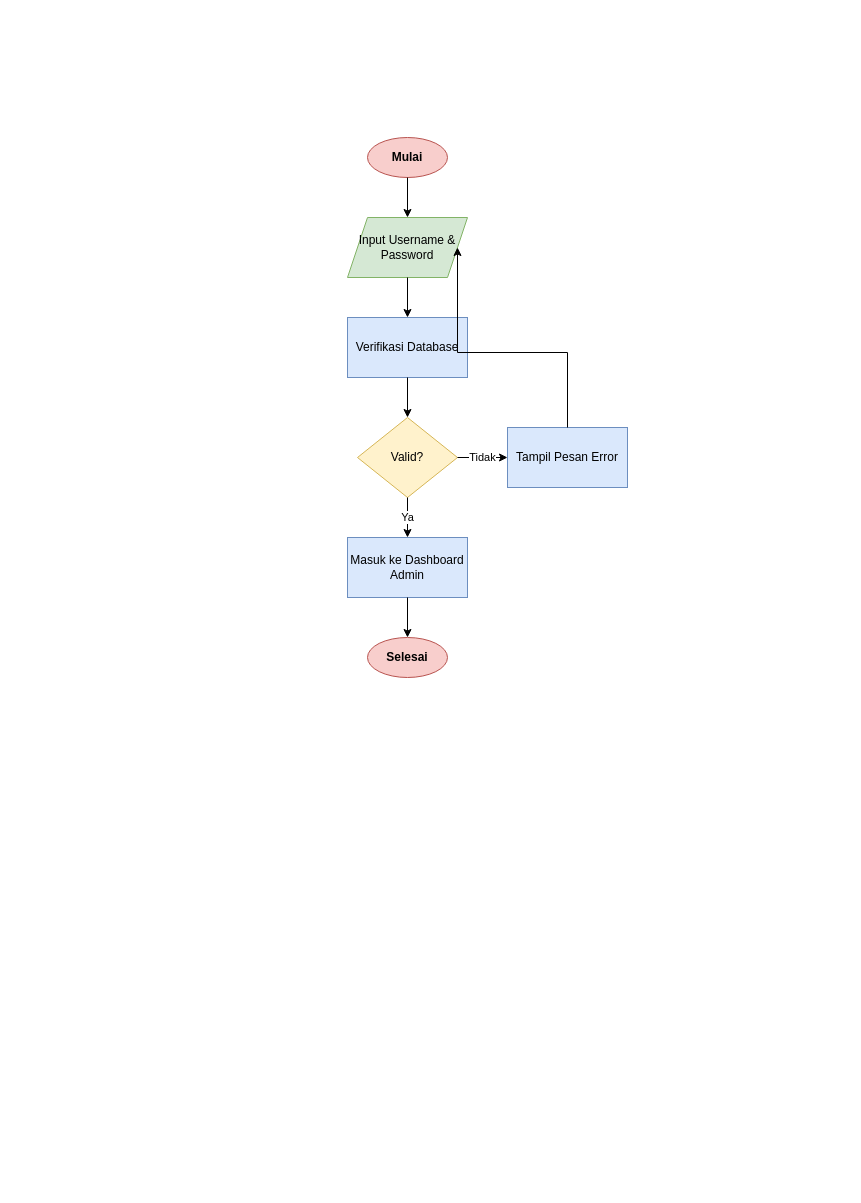
Jinsky/Jinsky keeps this draw.io diagram as diagram/flowchart/admin_login.drawio. Above is the earlier version. Source tidied: cells renumbered, new cells numbered last; positions are measured from the earlier drawing's top-left corner, leaving out a move shared by most shapes. Both pictures are drawn from the tidied source at 100%, with x=0, y=0 at pixel (347, 137).
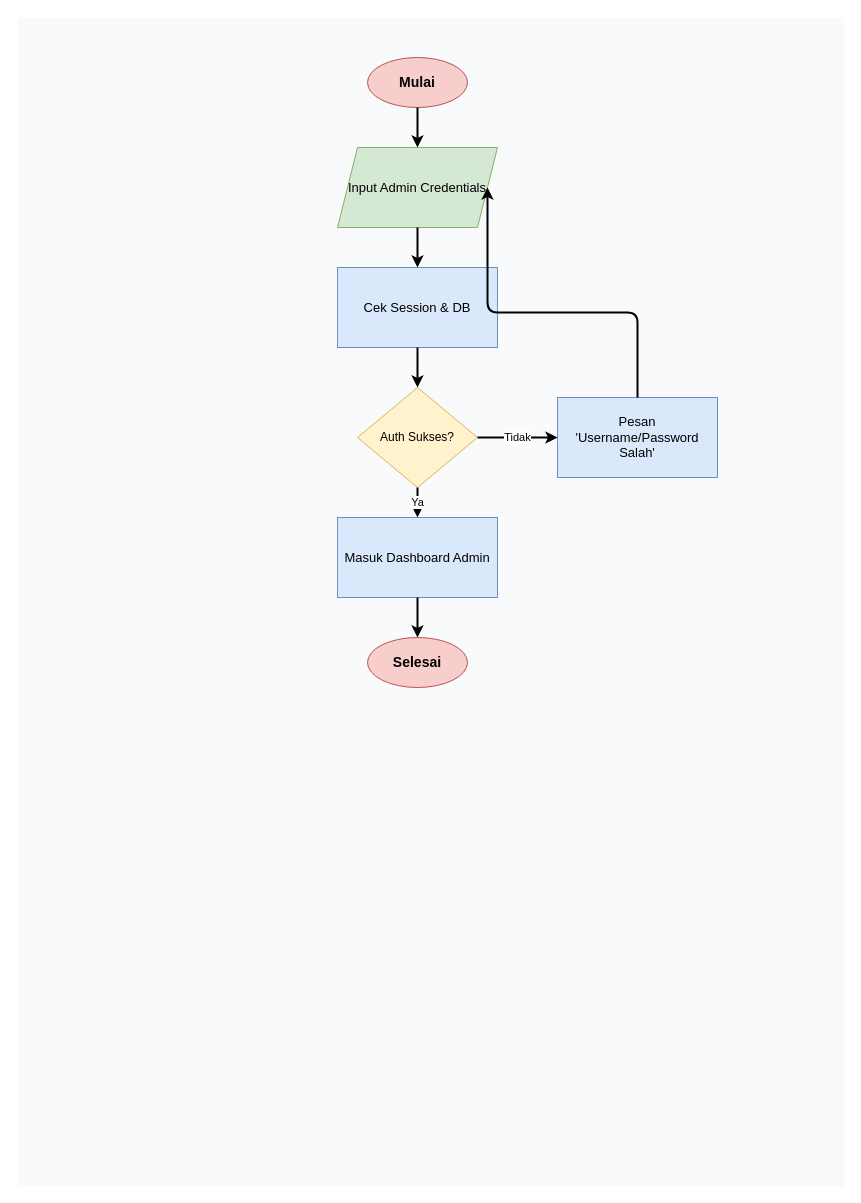
The same diagram, later.

What changed in the source:
```diff
@@
 <mxGraphModel>
   <root>
     <mxCell id="0" />
     <mxCell id="1" parent="0" />
-    <mxCell id="2" value="Mulai" style="ellipse;whiteSpace=wrap;html=1;fillColor=#f8cecc;strokeColor=#b85450;fontStyle=1;" parent="1" vertex="1">
-      <mxGeometry x="20" width="80" height="40" as="geometry" />
-    </mxCell>
-    <mxCell id="3" value="Input Username &amp; Password" style="shape=parallelogram;perimeter=parallelogramPerimeter;whiteSpace=wrap;html=1;fixedSize=1;fillColor=#d5e8d4;strokeColor=#82b366;" parent="1" vertex="1">
-      <mxGeometry y="80" width="120" height="60" as="geometry" />
-    </mxCell>
-    <mxCell id="4" value="Verifikasi Database" style="rounded=0;whiteSpace=wrap;html=1;fillColor=#dae8fc;strokeColor=#6c8ebf;" parent="1" vertex="1">
-      <mxGeometry y="180" width="120" height="60" as="geometry" />
-    </mxCell>
-    <mxCell id="5" value="Valid?" style="rhombus;whiteSpace=wrap;html=1;fillColor=#fff2cc;strokeColor=#d6b656;" parent="1" vertex="1">
-      <mxGeometry x="10" y="280" width="100" height="80" as="geometry" />
-    </mxCell>
-    <mxCell id="6" value="Masuk ke Dashboard Admin" style="rounded=0;whiteSpace=wrap;html=1;fillColor=#dae8fc;strokeColor=#6c8ebf;" parent="1" vertex="1">
-      <mxGeometry y="400" width="120" height="60" as="geometry" />
-    </mxCell>
-    <mxCell id="7" value="Tampil Pesan Error" style="rounded=0;whiteSpace=wrap;html=1;fillColor=#dae8fc;strokeColor=#6c8ebf;" parent="1" vertex="1">
-      <mxGeometry x="160" y="290" width="120" height="60" as="geometry" />
-    </mxCell>
-    <mxCell id="8" value="Selesai" style="ellipse;whiteSpace=wrap;html=1;fillColor=#f8cecc;strokeColor=#b85450;fontStyle=1;" parent="1" vertex="1">
-      <mxGeometry x="20" y="500" width="80" height="40" as="geometry" />
-    </mxCell>
-    <mxCell id="9" style="edgeStyle=orthogonalEdgeStyle;rounded=0;jettySize=auto;html=1;" parent="1" edge="1" source="2" target="3">
-      <mxGeometry relative="1" as="geometry" />
-    </mxCell>
-    <mxCell id="10" style="edgeStyle=orthogonalEdgeStyle;rounded=0;jettySize=auto;html=1;" parent="1" edge="1" source="3" target="4">
-      <mxGeometry relative="1" as="geometry" />
-    </mxCell>
-    <mxCell id="11" style="edgeStyle=orthogonalEdgeStyle;rounded=0;jettySize=auto;html=1;" parent="1" edge="1" source="4" target="5">
-      <mxGeometry relative="1" as="geometry" />
-    </mxCell>
+    <mxCell id="16" style="rounded=0;whiteSpace=wrap;html=1;fillColor=#f8fafc;strokeColor=none;" parent="1" vertex="1">
+      <mxGeometry x="-330" y="-120" width="827" height="1169" as="geometry" />
+    </mxCell>
-    <mxCell id="12" value="Ya" style="edgeStyle=orthogonalEdgeStyle;rounded=0;jettySize=auto;html=1;" parent="1" edge="1" source="5" target="6">
-      <mxGeometry relative="1" as="geometry" />
+    <mxCell id="12" value="Mulai" style="ellipse;whiteSpace=wrap;html=1;fillColor=#f8cecc;strokeColor=#b85450;fontStyle=1;fontSize=14;" parent="1" vertex="1">
+      <mxGeometry x="20" y="-80" width="100" height="50" as="geometry" />
     </mxCell>
-    <mxCell id="13" value="Tidak" style="edgeStyle=orthogonalEdgeStyle;rounded=0;jettySize=auto;html=1;" parent="1" edge="1" source="5" target="7">
-      <mxGeometry relative="1" as="geometry" />
+    <mxCell id="13" value="Input Admin Credentials" style="shape=parallelogram;perimeter=parallelogramPerimeter;whiteSpace=wrap;html=1;fixedSize=1;fillColor=#d5e8d4;strokeColor=#82b366;fontSize=13;" parent="1" vertex="1">
+      <mxGeometry x="-10" y="10" width="160" height="80" as="geometry" />
     </mxCell>
-    <mxCell id="14" style="edgeStyle=orthogonalEdgeStyle;rounded=0;jettySize=auto;html=1;exitX=0.5;exitY=0;exitDx=0;exitDy=0;entryX=1;entryY=0.5;entryDx=0;entryDy=0;" parent="1" edge="1" source="7" target="3">
-      <mxGeometry relative="1" as="geometry" />
+    <mxCell id="14" value="Cek Session &amp; DB" style="rounded=0;whiteSpace=wrap;html=1;fillColor=#dae8fc;strokeColor=#6c8ebf;fontSize=13;" parent="1" vertex="1">
+      <mxGeometry x="-10" y="130" width="160" height="80" as="geometry" />
     </mxCell>
-    <mxCell id="15" style="edgeStyle=orthogonalEdgeStyle;rounded=0;jettySize=auto;html=1;" parent="1" edge="1" source="6" target="8">
-      <mxGeometry relative="1" as="geometry" />
+    <mxCell id="15" value="Auth Sukses?" style="rhombus;whiteSpace=wrap;html=1;fillColor=#fff2cc;strokeColor=#d6b656;fontSize=12;" parent="1" vertex="1">
+      <mxGeometry x="10" y="250" width="120" height="100" as="geometry" />
     </mxCell>
+    <mxCell id="17" value="Masuk Dashboard Admin" style="rounded=0;whiteSpace=wrap;html=1;fillColor=#dae8fc;strokeColor=#6c8ebf;fontSize=13;" parent="1" vertex="1">
+      <mxGeometry x="-10" y="380" width="160" height="80" as="geometry" />
+    </mxCell>
+    <mxCell id="18" value="Pesan 'Username/Password Salah'" style="rounded=0;whiteSpace=wrap;html=1;fillColor=#dae8fc;strokeColor=#6c8ebf;fontSize=13;" parent="1" vertex="1">
+      <mxGeometry x="210" y="260" width="160" height="80" as="geometry" />
+    </mxCell>
+    <mxCell id="8" value="Selesai" style="ellipse;whiteSpace=wrap;html=1;fillColor=#f8cecc;strokeColor=#b85450;fontStyle=1;fontSize=14;" parent="1" vertex="1">
+      <mxGeometry x="20" y="500" width="100" height="50" as="geometry" />
+    </mxCell>
+    <mxCell id="19" style="edgeStyle=orthogonalEdgeStyle;rounded=1;jettySize=auto;html=1;strokeWidth=2;fontSize=11;" parent="1" edge="1" source="12" target="13">
+      <mxGeometry relative="1" as="geometry" />
+    </mxCell>
+    <mxCell id="20" style="edgeStyle=orthogonalEdgeStyle;rounded=1;jettySize=auto;html=1;strokeWidth=2;fontSize=11;" parent="1" edge="1" source="13" target="14">
+      <mxGeometry relative="1" as="geometry" />
+    </mxCell>
+    <mxCell id="21" style="edgeStyle=orthogonalEdgeStyle;rounded=1;jettySize=auto;html=1;strokeWidth=2;fontSize=11;" parent="1" edge="1" source="14" target="15">
+      <mxGeometry relative="1" as="geometry" />
+    </mxCell>
+    <mxCell id="22" value="Ya" style="edgeStyle=orthogonalEdgeStyle;rounded=1;jettySize=auto;html=1;strokeWidth=2;fontSize=11;" parent="1" edge="1" source="15" target="17">
+      <mxGeometry relative="1" as="geometry" />
+    </mxCell>
+    <mxCell id="23" value="Tidak" style="edgeStyle=orthogonalEdgeStyle;rounded=1;jettySize=auto;html=1;strokeWidth=2;fontSize=11;" parent="1" edge="1" source="15" target="18">
+      <mxGeometry relative="1" as="geometry" />
+    </mxCell>
+    <mxCell id="24" style="edgeStyle=orthogonalEdgeStyle;rounded=1;jettySize=auto;html=1;strokeWidth=2;fontSize=11;exitX=0.5;exitY=0;exitDx=0;exitDy=0;entryX=1;entryY=0.5;entryDx=0;entryDy=0;" parent="1" edge="1" source="18" target="13">
+      <mxGeometry relative="1" as="geometry" />
+    </mxCell>
+    <mxCell id="25" style="edgeStyle=orthogonalEdgeStyle;rounded=1;jettySize=auto;html=1;strokeWidth=2;fontSize=11;" parent="1" edge="1" source="17" target="8">
+      <mxGeometry relative="1" as="geometry" />
+    </mxCell>
   </root>
 </mxGraphModel>
```
